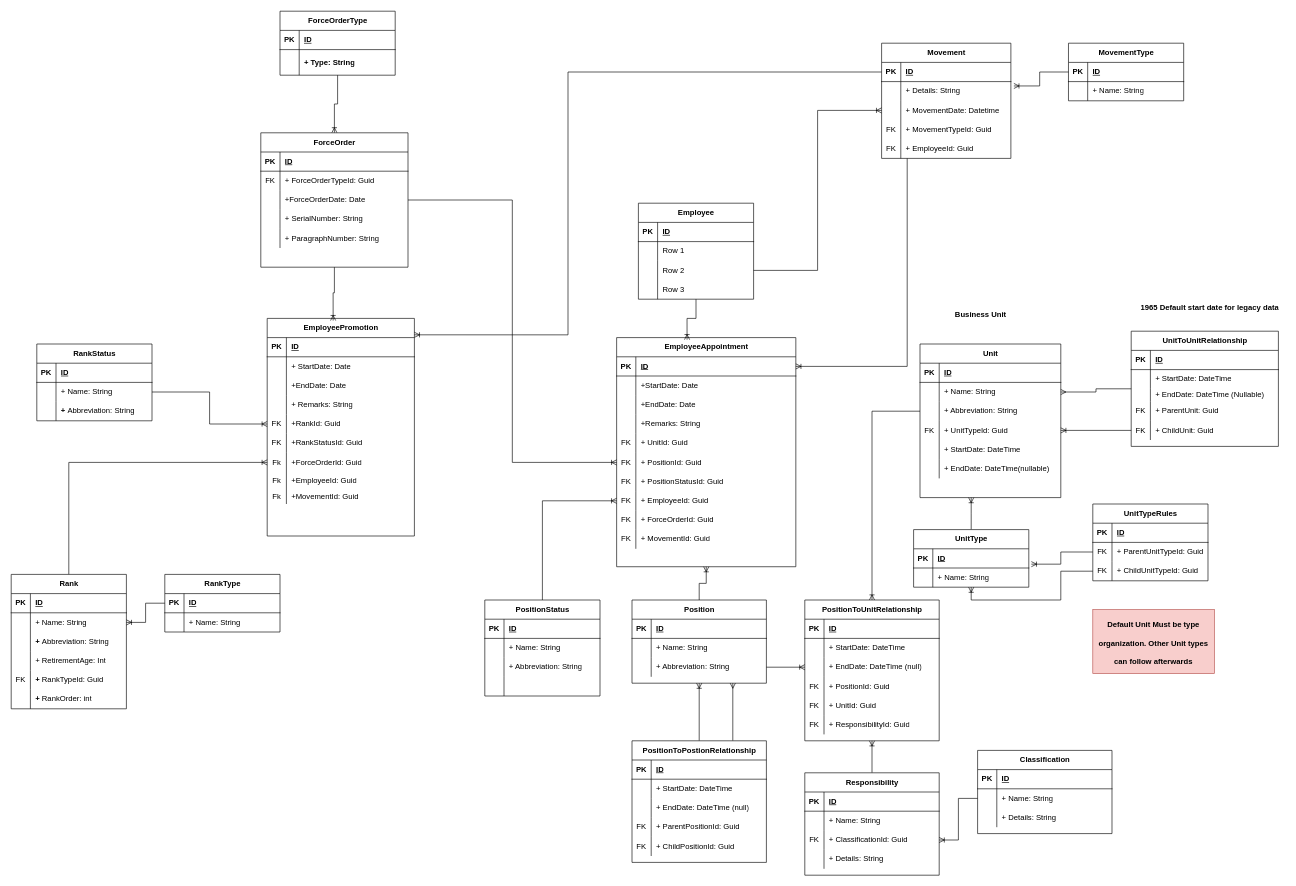
ResearchAndDevelopmentSignal/GDFHRMSDesignDocs keeps this draw.io diagram as page "Employment Structure" (3 of 3) of GDFHrmsDesignDocs.drawio. Above is the earlier version. Source tidied: cells renumbered, new cells numbered last; positions are measured from the earlier drawing's top-left corner, leaving out a move shared by most shapes. Both pictures are drawn from the tidied source at 64%, with x=0, y=0 at pixel (11, 11).
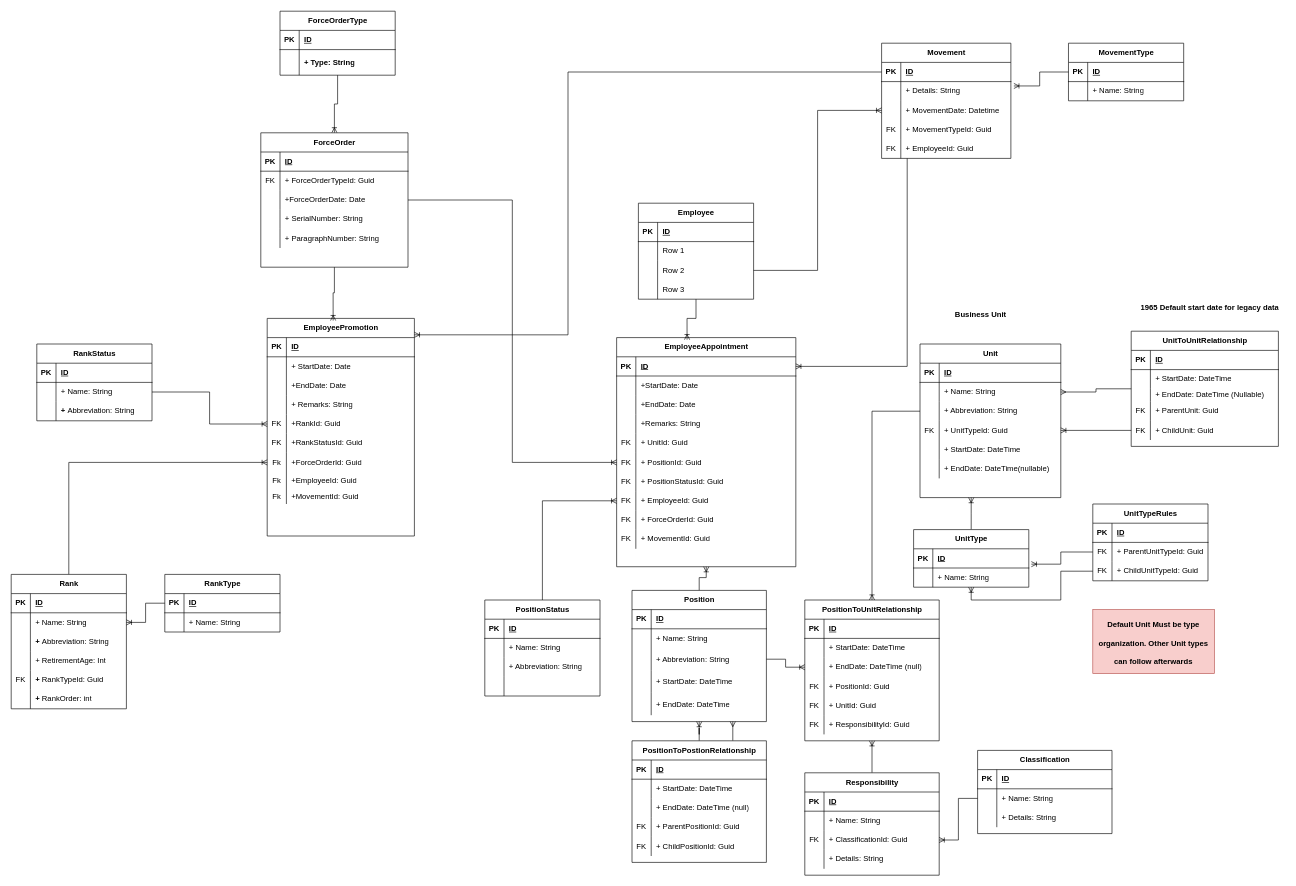
Above is the later version.

Diff of the diagram source:
```diff
@@
     <mxCell id="95" value="Position" style="shape=table;startSize=30;childLayout=tableLayout;rowLines=0;fontStyle=1;align=center;html=1;" parent="1" vertex="1">
-      <mxGeometry x="970" y="920" width="210" height="130" as="geometry" />
+      <mxGeometry x="970" y="905" width="210" height="205" as="geometry" />
     </mxCell>
@@
     <mxCell id="102" style="shape=tableRow;horizontal=0;startSize=0;swimlaneHead=0;swimlaneBody=0;fillColor=none;points=[[0,0.5],[1,0.5]];portConstraint=eastwest;top=0;left=0;right=0;bottom=0;" parent="95" vertex="1">
-      <mxGeometry y="90" width="210" height="30" as="geometry" />
+      <mxGeometry y="90" width="210" height="35" as="geometry" />
     </mxCell>
     <mxCell id="103" style="shape=partialRectangle;fillColor=none;top=0;left=0;bottom=0;right=0;overflow=hidden;whiteSpace=wrap;html=1;" parent="102" vertex="1">
-      <mxGeometry width="30" height="30" as="geometry" />
+      <mxGeometry width="30" height="35" as="geometry" />
     </mxCell>
     <mxCell id="104" value="+ Abbreviation: String" style="shape=partialRectangle;fillColor=none;top=0;left=0;bottom=0;right=0;align=left;spacingLeft=6;overflow=hidden;whiteSpace=wrap;html=1;" parent="102" vertex="1">
-      <mxGeometry x="30" width="180" height="30" as="geometry" />
+      <mxGeometry x="30" width="180" height="35" as="geometry" />
     </mxCell>
+    <mxCell id="317" style="shape=tableRow;horizontal=0;startSize=0;swimlaneHead=0;swimlaneBody=0;fillColor=none;top=0;left=0;right=0;bottom=0;" parent="95" vertex="1">
+      <mxGeometry y="125" width="210" height="35" as="geometry" />
+    </mxCell>
+    <mxCell id="318" style="shape=partialRectangle;fillColor=none;top=0;left=0;bottom=0;right=0;overflow=hidden;whiteSpace=wrap;html=1;" parent="317" vertex="1">
+      <mxGeometry width="30" height="35" as="geometry" />
+    </mxCell>
+    <mxCell id="319" value="+ StartDate: DateTime" style="shape=partialRectangle;fillColor=none;top=0;left=0;bottom=0;right=0;align=left;spacingLeft=6;overflow=hidden;whiteSpace=wrap;html=1;" parent="317" vertex="1">
+      <mxGeometry x="30" width="180" height="35" as="geometry" />
+    </mxCell>
+    <mxCell id="320" style="shape=tableRow;horizontal=0;startSize=0;swimlaneHead=0;swimlaneBody=0;fillColor=none;top=0;left=0;right=0;bottom=0;" parent="95" vertex="1">
+      <mxGeometry y="160" width="210" height="35" as="geometry" />
+    </mxCell>
+    <mxCell id="321" style="shape=partialRectangle;fillColor=none;top=0;left=0;bottom=0;right=0;overflow=hidden;whiteSpace=wrap;html=1;" parent="320" vertex="1">
+      <mxGeometry width="30" height="35" as="geometry" />
+    </mxCell>
+    <mxCell id="322" value="+ EndDate: DateTime" style="shape=partialRectangle;fillColor=none;top=0;left=0;bottom=0;right=0;align=left;spacingLeft=6;overflow=hidden;whiteSpace=wrap;html=1;" parent="320" vertex="1">
+      <mxGeometry x="30" width="180" height="35" as="geometry" />
+    </mxCell>
```
